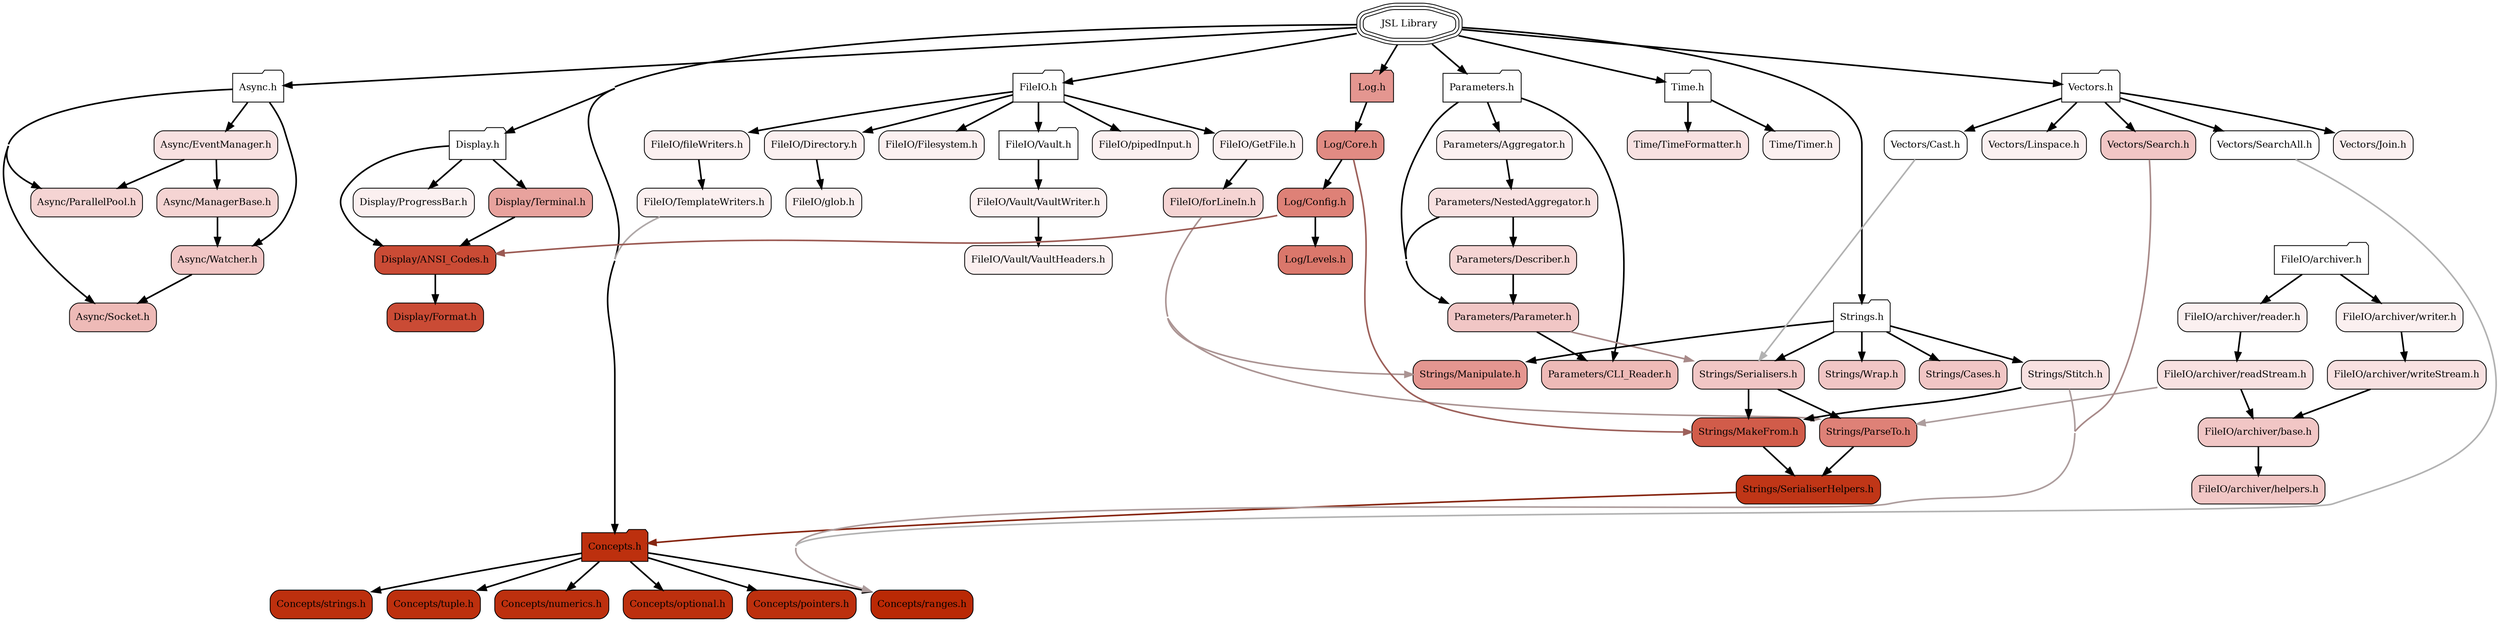
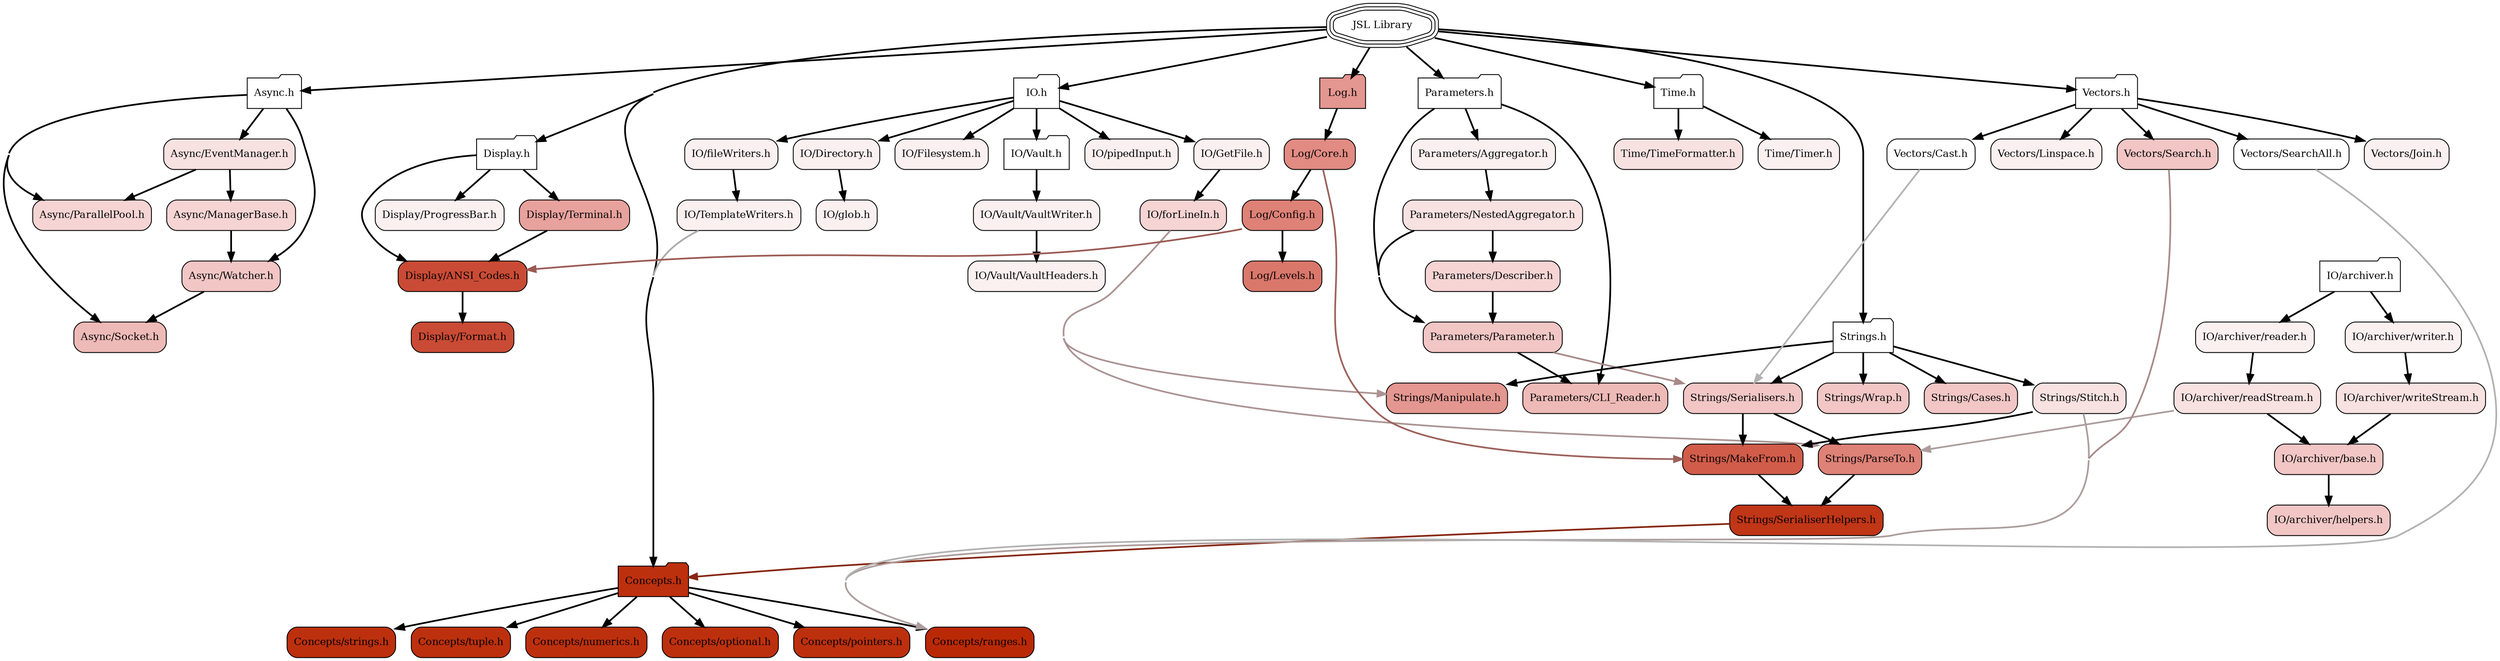
digraph codeviz{
	bgcolor="#ffffff"
	concentrate=true
	splines=true
	sep="+15,+15"
	overlap=false

	node[shape=Mrecord,fontsize=12]

	node[fillcolor="#ffffff", style="rounded,filled", shape=tripleoctagon, color="black"] "JSL.h"                           [label="JSL Library"]
	node[fillcolor="#ffffff", style="rounded,filled", shape=folder, color="black"] "Async.h"                         [label="Async.h"]
	node[fillcolor="#f8e1e1", style="rounded,filled", shape=box, color="black"] "Async/EventManager.h"            [label="Async/EventManager.h"]
	node[fillcolor="#f5d4d3", style="rounded,filled", shape=box, color="black"] "Async/ManagerBase.h"             [label="Async/ManagerBase.h"]
	node[fillcolor="#f5d4d3", style="rounded,filled", shape=box, color="black"] "Async/ParallelPool.h"            [label="Async/ParallelPool.h"]
	node[fillcolor="#eebab7", style="rounded,filled", shape=box, color="black"] "Async/Socket.h"                  [label="Async/Socket.h"]
	node[fillcolor="#f1c6c5", style="rounded,filled", shape=box, color="black"] "Async/Watcher.h"                 [label="Async/Watcher.h"]
	node[fillcolor="#bd300e", style="rounded,filled", shape=folder, color="black"] "Concepts.h"                      [label="Concepts.h"]
	node[fillcolor="#bd300e", style="rounded,filled", shape=box, color="black"] "Concepts/numerics.h"             [label="Concepts/numerics.h"]
	node[fillcolor="#bd300e", style="rounded,filled", shape=box, color="black"] "Concepts/optional.h"             [label="Concepts/optional.h"]
	node[fillcolor="#bd300e", style="rounded,filled", shape=box, color="black"] "Concepts/pointers.h"             [label="Concepts/pointers.h"]
	node[fillcolor="#ba2905", style="rounded,filled", shape=box, color="black"] "Concepts/ranges.h"               [label="Concepts/ranges.h"]
	node[fillcolor="#bd300e", style="rounded,filled", shape=box, color="black"] "Concepts/strings.h"              [label="Concepts/strings.h"]
	node[fillcolor="#bd300e", style="rounded,filled", shape=box, color="black"] "Concepts/tuple.h"                [label="Concepts/tuple.h"]
	node[fillcolor="#ffffff", style="rounded,filled", shape=folder, color="black"] "Display.h"                       [label="Display.h"]
	node[fillcolor="#ca4b35", style="rounded,filled", shape=box, color="black"] "Display/ANSI_Codes.h"            [label="Display/ANSI_Codes.h"]
	node[fillcolor="#ca4b35", style="rounded,filled", shape=box, color="black"] "Display/Format.h"                [label="Display/Format.h"]
	node[fillcolor="#fbf0f0", style="rounded,filled", shape=box, color="black"] "Display/ProgressBar.h"           [label="Display/ProgressBar.h"]
	node[fillcolor="#e8a29d", style="rounded,filled", shape=box, color="black"] "Display/Terminal.h"              [label="Display/Terminal.h"]
- 	node[fillcolor="#ffffff", style="rounded,filled", shape=folder, color="black"] "FileIO.h"                        [label="FileIO.h"]
- 	node[fillcolor="#fbf0f0", style="rounded,filled", shape=box, color="black"] "FileIO/Directory.h"              [label="FileIO/Directory.h"]
- 	node[fillcolor="#fbf0f0", style="rounded,filled", shape=box, color="black"] "FileIO/Filesystem.h"             [label="FileIO/Filesystem.h"]
- 	node[fillcolor="#fbf0f0", style="rounded,filled", shape=box, color="black"] "FileIO/GetFile.h"                [label="FileIO/GetFile.h"]
- 	node[fillcolor="#fbf0f0", style="rounded,filled", shape=box, color="black"] "FileIO/TemplateWriters.h"        [label="FileIO/TemplateWriters.h"]
- 	node[fillcolor="#ffffff", style="rounded,filled", shape=folder, color="black"] "FileIO/Vault.h"                  [label="FileIO/Vault.h"]
- 	node[fillcolor="#fbf0f0", style="rounded,filled", shape=box, color="black"] "FileIO/Vault/VaultHeaders.h"     [label="FileIO/Vault/VaultHeaders.h"]
- 	node[fillcolor="#fbf0f0", style="rounded,filled", shape=box, color="black"] "FileIO/Vault/VaultWriter.h"      [label="FileIO/Vault/VaultWriter.h"]
- 	node[fillcolor="#ffffff", style="rounded,filled", shape=folder, color="black"] "FileIO/archiver.h"               [label="FileIO/archiver.h"]
- 	node[fillcolor="#f1c6c5", style="rounded,filled", shape=box, color="black"] "FileIO/archiver/base.h"          [label="FileIO/archiver/base.h"]
- 	node[fillcolor="#f1c6c5", style="rounded,filled", shape=box, color="black"] "FileIO/archiver/helpers.h"       [label="FileIO/archiver/helpers.h"]
- 	node[fillcolor="#f8e1e1", style="rounded,filled", shape=box, color="black"] "FileIO/archiver/readStream.h"    [label="FileIO/archiver/readStream.h"]
- 	node[fillcolor="#fbf0f0", style="rounded,filled", shape=box, color="black"] "FileIO/archiver/reader.h"        [label="FileIO/archiver/reader.h"]
- 	node[fillcolor="#f8e1e1", style="rounded,filled", shape=box, color="black"] "FileIO/archiver/writeStream.h"   [label="FileIO/archiver/writeStream.h"]
- 	node[fillcolor="#fbf0f0", style="rounded,filled", shape=box, color="black"] "FileIO/archiver/writer.h"        [label="FileIO/archiver/writer.h"]
- 	node[fillcolor="#fbf0f0", style="rounded,filled", shape=box, color="black"] "FileIO/fileWriters.h"            [label="FileIO/fileWriters.h"]
- 	node[fillcolor="#f5d4d3", style="rounded,filled", shape=box, color="black"] "FileIO/forLineIn.h"              [label="FileIO/forLineIn.h"]
- 	node[fillcolor="#fbf0f0", style="rounded,filled", shape=box, color="black"] "FileIO/glob.h"                   [label="FileIO/glob.h"]
- 	node[fillcolor="#fbf0f0", style="rounded,filled", shape=box, color="black"] "FileIO/pipedInput.h"             [label="FileIO/pipedInput.h"]
+ 	node[fillcolor="#ffffff", style="rounded,filled", shape=folder, color="black"] "IO.h"                            [label="IO.h"]
+ 	node[fillcolor="#fbf0f0", style="rounded,filled", shape=box, color="black"] "IO/Directory.h"                  [label="IO/Directory.h"]
+ 	node[fillcolor="#fbf0f0", style="rounded,filled", shape=box, color="black"] "IO/Filesystem.h"                 [label="IO/Filesystem.h"]
+ 	node[fillcolor="#fbf0f0", style="rounded,filled", shape=box, color="black"] "IO/GetFile.h"                    [label="IO/GetFile.h"]
+ 	node[fillcolor="#fbf0f0", style="rounded,filled", shape=box, color="black"] "IO/TemplateWriters.h"            [label="IO/TemplateWriters.h"]
+ 	node[fillcolor="#ffffff", style="rounded,filled", shape=folder, color="black"] "IO/Vault.h"                      [label="IO/Vault.h"]
+ 	node[fillcolor="#fbf0f0", style="rounded,filled", shape=box, color="black"] "IO/Vault/VaultHeaders.h"         [label="IO/Vault/VaultHeaders.h"]
+ 	node[fillcolor="#fbf0f0", style="rounded,filled", shape=box, color="black"] "IO/Vault/VaultWriter.h"          [label="IO/Vault/VaultWriter.h"]
+ 	node[fillcolor="#ffffff", style="rounded,filled", shape=folder, color="black"] "IO/archiver.h"                   [label="IO/archiver.h"]
+ 	node[fillcolor="#f1c6c5", style="rounded,filled", shape=box, color="black"] "IO/archiver/base.h"              [label="IO/archiver/base.h"]
+ 	node[fillcolor="#f1c6c5", style="rounded,filled", shape=box, color="black"] "IO/archiver/helpers.h"           [label="IO/archiver/helpers.h"]
+ 	node[fillcolor="#f8e1e1", style="rounded,filled", shape=box, color="black"] "IO/archiver/readStream.h"        [label="IO/archiver/readStream.h"]
+ 	node[fillcolor="#fbf0f0", style="rounded,filled", shape=box, color="black"] "IO/archiver/reader.h"            [label="IO/archiver/reader.h"]
+ 	node[fillcolor="#f8e1e1", style="rounded,filled", shape=box, color="black"] "IO/archiver/writeStream.h"       [label="IO/archiver/writeStream.h"]
+ 	node[fillcolor="#fbf0f0", style="rounded,filled", shape=box, color="black"] "IO/archiver/writer.h"            [label="IO/archiver/writer.h"]
+ 	node[fillcolor="#fbf0f0", style="rounded,filled", shape=box, color="black"] "IO/fileWriters.h"                [label="IO/fileWriters.h"]
+ 	node[fillcolor="#f5d4d3", style="rounded,filled", shape=box, color="black"] "IO/forLineIn.h"                  [label="IO/forLineIn.h"]
+ 	node[fillcolor="#fbf0f0", style="rounded,filled", shape=box, color="black"] "IO/glob.h"                       [label="IO/glob.h"]
+ 	node[fillcolor="#fbf0f0", style="rounded,filled", shape=box, color="black"] "IO/pipedInput.h"                 [label="IO/pipedInput.h"]
	node[fillcolor="#e49690", style="rounded,filled", shape=folder, color="black"] "Log.h"                           [label="Log.h"]
	node[fillcolor="#de8177", style="rounded,filled", shape=box, color="black"] "Log/Config.h"                    [label="Log/Config.h"]
	node[fillcolor="#e18b83", style="rounded,filled", shape=box, color="black"] "Log/Core.h"                      [label="Log/Core.h"]
	node[fillcolor="#da776b", style="rounded,filled", shape=box, color="black"] "Log/Levels.h"                    [label="Log/Levels.h"]
	node[fillcolor="#ffffff", style="rounded,filled", shape=folder, color="black"] "Parameters.h"                    [label="Parameters.h"]
	node[fillcolor="#fbf0f0", style="rounded,filled", shape=box, color="black"] "Parameters/Aggregator.h"         [label="Parameters/Aggregator.h"]
	node[fillcolor="#eebab7", style="rounded,filled", shape=box, color="black"] "Parameters/CLI_Reader.h"         [label="Parameters/CLI_Reader.h"]
	node[fillcolor="#f5d4d3", style="rounded,filled", shape=box, color="black"] "Parameters/Describer.h"          [label="Parameters/Describer.h"]
	node[fillcolor="#f8e1e1", style="rounded,filled", shape=box, color="black"] "Parameters/NestedAggregator.h"   [label="Parameters/NestedAggregator.h"]
	node[fillcolor="#f1c6c5", style="rounded,filled", shape=box, color="black"] "Parameters/Parameter.h"          [label="Parameters/Parameter.h"]
	node[fillcolor="#ffffff", style="rounded,filled", shape=folder, color="black"] "Strings.h"                       [label="Strings.h"]
	node[fillcolor="#f1c6c5", style="rounded,filled", shape=box, color="black"] "Strings/Cases.h"                 [label="Strings/Cases.h"]
	node[fillcolor="#d15c4a", style="rounded,filled", shape=box, color="black"] "Strings/MakeFrom.h"              [label="Strings/MakeFrom.h"]
	node[fillcolor="#e49690", style="rounded,filled", shape=box, color="black"] "Strings/Manipulate.h"            [label="Strings/Manipulate.h"]
	node[fillcolor="#de8177", style="rounded,filled", shape=box, color="black"] "Strings/ParseTo.h"               [label="Strings/ParseTo.h"]
	node[fillcolor="#c03617", style="rounded,filled", shape=box, color="black"] "Strings/SerialiserHelpers.h"     [label="Strings/SerialiserHelpers.h"]
	node[fillcolor="#f1c6c5", style="rounded,filled", shape=box, color="black"] "Strings/Serialisers.h"           [label="Strings/Serialisers.h"]
	node[fillcolor="#f8e1e1", style="rounded,filled", shape=box, color="black"] "Strings/Stitch.h"                [label="Strings/Stitch.h"]
	node[fillcolor="#f1c6c5", style="rounded,filled", shape=box, color="black"] "Strings/Wrap.h"                  [label="Strings/Wrap.h"]
	node[fillcolor="#ffffff", style="rounded,filled", shape=folder, color="black"] "Time.h"                          [label="Time.h"]
	node[fillcolor="#f8e1e1", style="rounded,filled", shape=box, color="black"] "Time/TimeFormatter.h"            [label="Time/TimeFormatter.h"]
	node[fillcolor="#fbf0f0", style="rounded,filled", shape=box, color="black"] "Time/Timer.h"                    [label="Time/Timer.h"]
	node[fillcolor="#ffffff", style="rounded,filled", shape=folder, color="black"] "Vectors.h"                       [label="Vectors.h"]
	node[fillcolor="#ffffff", style="rounded,filled", shape=box, color="black"] "Vectors/Cast.h"                  [label="Vectors/Cast.h"]
	node[fillcolor="#fbf0f0", style="rounded,filled", shape=box, color="black"] "Vectors/Join.h"                  [label="Vectors/Join.h"]
	node[fillcolor="#fbf0f0", style="rounded,filled", shape=box, color="black"] "Vectors/Linspace.h"              [label="Vectors/Linspace.h"]
	node[fillcolor="#f1c6c5", style="rounded,filled", shape=box, color="black"] "Vectors/Search.h"                [label="Vectors/Search.h"]
	node[fillcolor="#ffffff", style="rounded,filled", shape=box, color="black"] "Vectors/SearchAll.h"             [label="Vectors/SearchAll.h"]
+ 	"JSL.h"                           -> "Async.h"[weight=10,penwidth=2]
+ 	"JSL.h"                           -> "IO.h"[weight=10,penwidth=2]
	"JSL.h"                           -> "Parameters.h"[weight=10,penwidth=2]
+ 	"JSL.h"                           -> "Display.h"[weight=10,penwidth=2]
	"JSL.h"                           -> "Time.h"[weight=10,penwidth=2]
+ 	"JSL.h"                           -> "Strings.h"[weight=10,penwidth=2]
+ 	"JSL.h"                           -> "Log.h"[weight=10,penwidth=2]
	"JSL.h"                           -> "Concepts.h"[weight=10,penwidth=2]
- 	"JSL.h"                           -> "Log.h"[weight=10,penwidth=2]
- 	"JSL.h"                           -> "Async.h"[weight=10,penwidth=2]
	"JSL.h"                           -> "Vectors.h"[weight=10,penwidth=2]
- 	"JSL.h"                           -> "Strings.h"[weight=10,penwidth=2]
- 	"JSL.h"                           -> "FileIO.h"[weight=10,penwidth=2]
- 	"JSL.h"                           -> "Display.h"[weight=10,penwidth=2]
	"Async.h"                         -> "Async/Socket.h"[weight=10,penwidth=2]
	"Async.h"                         -> "Async/Watcher.h"[weight=10,penwidth=2]
	"Async.h"                         -> "Async/EventManager.h"[weight=10,penwidth=2]
	"Async.h"                         -> "Async/ParallelPool.h"[weight=10,penwidth=2]
	"Async/EventManager.h"            -> "Async/ManagerBase.h"[weight=10,penwidth=2]
	"Async/EventManager.h"            -> "Async/ParallelPool.h"[weight=10,penwidth=2]
	"Async/ManagerBase.h"             -> "Async/Watcher.h"[weight=10,penwidth=2]
	"Async/Watcher.h"                 -> "Async/Socket.h"[weight=10,penwidth=2]
	"Concepts.h"                      -> "Concepts/numerics.h"[weight=10,penwidth=2]
- 	"Concepts.h"                      -> "Concepts/ranges.h"[weight=10,penwidth=2]
	"Concepts.h"                      -> "Concepts/optional.h"[weight=10,penwidth=2]
- 	"Concepts.h"                      -> "Concepts/tuple.h"[weight=10,penwidth=2]
	"Concepts.h"                      -> "Concepts/strings.h"[weight=10,penwidth=2]
	"Concepts.h"                      -> "Concepts/pointers.h"[weight=10,penwidth=2]
+ 	"Concepts.h"                      -> "Concepts/ranges.h"[weight=10,penwidth=2]
+ 	"Concepts.h"                      -> "Concepts/tuple.h"[weight=10,penwidth=2]
	"Display.h"                       -> "Display/Terminal.h"[weight=10,penwidth=2]
+ 	"Display.h"                       -> "Display/ProgressBar.h"[weight=10,penwidth=2]
	"Display.h"                       -> "Display/ANSI_Codes.h"[weight=10,penwidth=2]
- 	"Display.h"                       -> "Display/ProgressBar.h"[weight=10,penwidth=2]
	"Display/ANSI_Codes.h"            -> "Display/Format.h"[weight=10,penwidth=2]
	"Display/Terminal.h"              -> "Display/ANSI_Codes.h"[weight=10,penwidth=2]
- 	"FileIO.h"                        -> "FileIO/fileWriters.h"[weight=10,penwidth=2]
- 	"FileIO.h"                        -> "FileIO/pipedInput.h"[weight=10,penwidth=2]
- 	"FileIO.h"                        -> "FileIO/Filesystem.h"[weight=10,penwidth=2]
- 	"FileIO.h"                        -> "FileIO/Vault.h"[weight=10,penwidth=2]
- 	"FileIO.h"                        -> "FileIO/Directory.h"[weight=10,penwidth=2]
- 	"FileIO.h"                        -> "FileIO/GetFile.h"[weight=10,penwidth=2]
- 	"FileIO/Directory.h"              -> "FileIO/glob.h"[weight=10,penwidth=2]
- 	"FileIO/GetFile.h"                -> "FileIO/forLineIn.h"[weight=10,penwidth=2]
- 	"FileIO/TemplateWriters.h"        -> "Concepts.h"[weight=0,penwidth=2,color="#afa8a8"]
- 	"FileIO/Vault.h"                  -> "FileIO/Vault/VaultWriter.h"[weight=10,penwidth=2]
- 	"FileIO/Vault/VaultWriter.h"      -> "FileIO/Vault/VaultHeaders.h"[weight=10,penwidth=2]
- 	"FileIO/archiver.h"               -> "FileIO/archiver/writer.h"[weight=10,penwidth=2]
- 	"FileIO/archiver.h"               -> "FileIO/archiver/reader.h"[weight=10,penwidth=2]
- 	"FileIO/archiver/base.h"          -> "FileIO/archiver/helpers.h"[weight=10,penwidth=2]
- 	"FileIO/archiver/readStream.h"    -> "FileIO/archiver/base.h"[weight=10,penwidth=2]
- 	"FileIO/archiver/readStream.h"    -> "Strings/ParseTo.h"[weight=0,penwidth=2,color="#ad9d9d"]
- 	"FileIO/archiver/reader.h"        -> "FileIO/archiver/readStream.h"[weight=10,penwidth=2]
- 	"FileIO/archiver/writeStream.h"   -> "FileIO/archiver/base.h"[weight=10,penwidth=2]
- 	"FileIO/archiver/writer.h"        -> "FileIO/archiver/writeStream.h"[weight=10,penwidth=2]
- 	"FileIO/fileWriters.h"            -> "FileIO/TemplateWriters.h"[weight=10,penwidth=2]
- 	"FileIO/forLineIn.h"              -> "Strings/ParseTo.h"[weight=0,penwidth=2,color="#ab9493"]
- 	"FileIO/forLineIn.h"              -> "Strings/Manipulate.h"[weight=0,penwidth=2,color="#ab9493"]
+ 	"IO.h"                            -> "IO/GetFile.h"[weight=10,penwidth=2]
+ 	"IO.h"                            -> "IO/pipedInput.h"[weight=10,penwidth=2]
+ 	"IO.h"                            -> "IO/Directory.h"[weight=10,penwidth=2]
+ 	"IO.h"                            -> "IO/Filesystem.h"[weight=10,penwidth=2]
+ 	"IO.h"                            -> "IO/Vault.h"[weight=10,penwidth=2]
+ 	"IO.h"                            -> "IO/fileWriters.h"[weight=10,penwidth=2]
+ 	"IO/Directory.h"                  -> "IO/glob.h"[weight=10,penwidth=2]
+ 	"IO/GetFile.h"                    -> "IO/forLineIn.h"[weight=10,penwidth=2]
+ 	"IO/TemplateWriters.h"            -> "Concepts.h"[weight=0,penwidth=2,color="#afa8a8"]
+ 	"IO/Vault.h"                      -> "IO/Vault/VaultWriter.h"[weight=10,penwidth=2]
+ 	"IO/Vault/VaultWriter.h"          -> "IO/Vault/VaultHeaders.h"[weight=10,penwidth=2]
+ 	"IO/archiver.h"                   -> "IO/archiver/writer.h"[weight=10,penwidth=2]
+ 	"IO/archiver.h"                   -> "IO/archiver/reader.h"[weight=10,penwidth=2]
+ 	"IO/archiver/base.h"              -> "IO/archiver/helpers.h"[weight=10,penwidth=2]
+ 	"IO/archiver/readStream.h"        -> "IO/archiver/base.h"[weight=10,penwidth=2]
+ 	"IO/archiver/readStream.h"        -> "Strings/ParseTo.h"[weight=0,penwidth=2,color="#ad9d9d"]
+ 	"IO/archiver/reader.h"            -> "IO/archiver/readStream.h"[weight=10,penwidth=2]
+ 	"IO/archiver/writeStream.h"       -> "IO/archiver/base.h"[weight=10,penwidth=2]
+ 	"IO/archiver/writer.h"            -> "IO/archiver/writeStream.h"[weight=10,penwidth=2]
+ 	"IO/fileWriters.h"                -> "IO/TemplateWriters.h"[weight=10,penwidth=2]
+ 	"IO/forLineIn.h"                  -> "Strings/Manipulate.h"[weight=0,penwidth=2,color="#ab9493"]
+ 	"IO/forLineIn.h"                  -> "Strings/ParseTo.h"[weight=0,penwidth=2,color="#ab9493"]
	"Log.h"                           -> "Log/Core.h"[weight=10,penwidth=2]
	"Log/Config.h"                    -> "Display/ANSI_Codes.h"[weight=0,penwidth=2,color="#9b5a53"]
	"Log/Config.h"                    -> "Log/Levels.h"[weight=10,penwidth=2]
	"Log/Core.h"                      -> "Strings/MakeFrom.h"[weight=0,penwidth=2,color="#9d615b"]
	"Log/Core.h"                      -> "Log/Config.h"[weight=10,penwidth=2]
	"Parameters.h"                    -> "Parameters/Parameter.h"[weight=10,penwidth=2]
	"Parameters.h"                    -> "Parameters/Aggregator.h"[weight=10,penwidth=2]
	"Parameters.h"                    -> "Parameters/CLI_Reader.h"[weight=10,penwidth=2]
	"Parameters/Aggregator.h"         -> "Parameters/NestedAggregator.h"[weight=10,penwidth=2]
	"Parameters/Describer.h"          -> "Parameters/Parameter.h"[weight=10,penwidth=2]
	"Parameters/NestedAggregator.h"   -> "Parameters/Describer.h"[weight=10,penwidth=2]
	"Parameters/NestedAggregator.h"   -> "Parameters/Parameter.h"[weight=10,penwidth=2]
	"Parameters/Parameter.h"          -> "Parameters/CLI_Reader.h"[weight=10,penwidth=2]
	"Parameters/Parameter.h"          -> "Strings/Serialisers.h"[weight=0,penwidth=2,color="#a88a89"]
	"Strings.h"                       -> "Strings/Serialisers.h"[weight=10,penwidth=2]
	"Strings.h"                       -> "Strings/Cases.h"[weight=10,penwidth=2]
	"Strings.h"                       -> "Strings/Manipulate.h"[weight=10,penwidth=2]
	"Strings.h"                       -> "Strings/Stitch.h"[weight=10,penwidth=2]
	"Strings.h"                       -> "Strings/Wrap.h"[weight=10,penwidth=2]
	"Strings/MakeFrom.h"              -> "Strings/SerialiserHelpers.h"[weight=10,penwidth=2]
	"Strings/ParseTo.h"               -> "Strings/SerialiserHelpers.h"[weight=10,penwidth=2]
	"Strings/SerialiserHelpers.h"     -> "Concepts.h"[weight=0,penwidth=2,color="#862510"]
+ 	"Strings/Serialisers.h"           -> "Strings/MakeFrom.h"[weight=10,penwidth=2]
	"Strings/Serialisers.h"           -> "Strings/ParseTo.h"[weight=10,penwidth=2]
- 	"Strings/Serialisers.h"           -> "Strings/MakeFrom.h"[weight=10,penwidth=2]
+ 	"Strings/Stitch.h"                -> "Strings/MakeFrom.h"[weight=10,penwidth=2]
	"Strings/Stitch.h"                -> "Concepts/ranges.h"[weight=0,penwidth=2,color="#ad9d9d"]
- 	"Strings/Stitch.h"                -> "Strings/MakeFrom.h"[weight=10,penwidth=2]
	"Time.h"                          -> "Time/Timer.h"[weight=10,penwidth=2]
	"Time.h"                          -> "Time/TimeFormatter.h"[weight=10,penwidth=2]
	"Vectors.h"                       -> "Vectors/Cast.h"[weight=10,penwidth=2]
	"Vectors.h"                       -> "Vectors/Search.h"[weight=10,penwidth=2]
	"Vectors.h"                       -> "Vectors/SearchAll.h"[weight=10,penwidth=2]
	"Vectors.h"                       -> "Vectors/Join.h"[weight=10,penwidth=2]
	"Vectors.h"                       -> "Vectors/Linspace.h"[weight=10,penwidth=2]
	"Vectors/Cast.h"                  -> "Strings/Serialisers.h"[weight=0,penwidth=2,color="#b2b2b2"]
	"Vectors/Search.h"                -> "Concepts/ranges.h"[weight=0,penwidth=2,color="#a88a89"]
	"Vectors/SearchAll.h"             -> "Concepts/ranges.h"[weight=0,penwidth=2,color="#b2b2b2"]
}